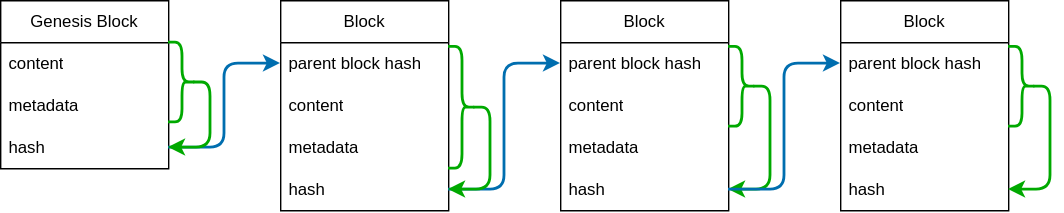
This is Documentation/Walytis/Meaning/LinearBlockChaining.drawio.svg from emendir/WalytisTechnologies, a draw.io export, as it was before one commit. Source tidied: cells renumbered, new cells last; positions are measured from the earlier drawing's top-left corner, leaving out a move shared by most shapes.
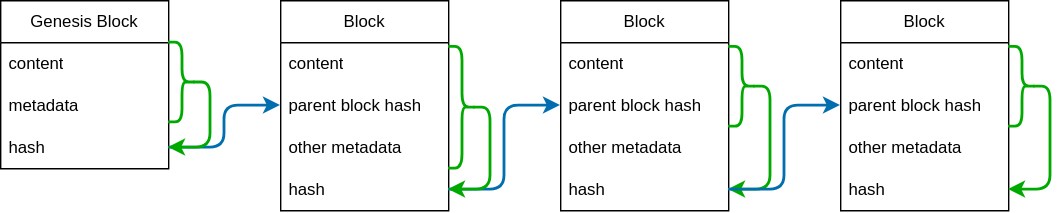
After the commit.

Change to the diagram source:
```diff
@@ -1,17 +1,17 @@
-<mxGraphModel>
+<mxGraphModel background="light-dark(#FFFFFF00,#12121200)">
   <root>
     <mxCell id="0" />
     <mxCell id="1" parent="0" />
     <mxCell id="2" value="Block" style="swimlane;fontStyle=0;horizontal=1;startSize=30;whiteSpace=wrap;html=1;" parent="1" vertex="1">
       <mxGeometry x="200" width="120" height="150" as="geometry" />
     </mxCell>
+    <mxCell id="4" value="content" style="text;strokeColor=none;fillColor=none;align=left;verticalAlign=middle;spacingLeft=4;spacingRight=4;overflow=hidden;whiteSpace=wrap;html=1;" parent="2" vertex="1">
+      <mxGeometry y="30" width="120" height="30" as="geometry" />
+    </mxCell>
     <mxCell id="3" value="parent block hash" style="text;strokeColor=none;fillColor=none;align=left;verticalAlign=middle;spacingLeft=4;spacingRight=4;overflow=hidden;points=[[0,0.5],[1,0.5]];portConstraint=eastwest;whiteSpace=wrap;html=1;" parent="2" vertex="1">
-      <mxGeometry y="30" width="120" height="30" as="geometry" />
+      <mxGeometry y="60" width="120" height="30" as="geometry" />
     </mxCell>
-    <mxCell id="4" value="content" style="text;strokeColor=none;fillColor=none;align=left;verticalAlign=middle;spacingLeft=4;spacingRight=4;overflow=hidden;whiteSpace=wrap;html=1;" parent="2" vertex="1">
-      <mxGeometry y="60" width="120" height="30" as="geometry" />
-    </mxCell>
-    <mxCell id="5" value="metadata" style="text;strokeColor=none;fillColor=none;align=left;verticalAlign=middle;spacingLeft=4;spacingRight=4;overflow=hidden;whiteSpace=wrap;html=1;" parent="2" vertex="1">
+    <mxCell id="5" value="other metadata" style="text;strokeColor=none;fillColor=none;align=left;verticalAlign=middle;spacingLeft=4;spacingRight=4;overflow=hidden;whiteSpace=wrap;html=1;" parent="2" vertex="1">
       <mxGeometry y="90" width="120" height="30" as="geometry" />
     </mxCell>
     <mxCell id="6" value="hash" style="text;strokeColor=none;fillColor=none;align=left;verticalAlign=middle;spacingLeft=4;spacingRight=4;overflow=hidden;points=[[0,0.5],[1,0.5]];portConstraint=eastwest;whiteSpace=wrap;html=1;" parent="2" vertex="1">
@@ -44,13 +44,13 @@
     <mxCell id="15" value="Block" style="swimlane;fontStyle=0;horizontal=1;startSize=30;whiteSpace=wrap;html=1;" parent="1" vertex="1">
       <mxGeometry x="400" width="120" height="150" as="geometry" />
     </mxCell>
+    <mxCell id="17" value="content" style="text;strokeColor=none;fillColor=none;align=left;verticalAlign=middle;spacingLeft=4;spacingRight=4;overflow=hidden;whiteSpace=wrap;html=1;" parent="15" vertex="1">
+      <mxGeometry y="30" width="120" height="30" as="geometry" />
+    </mxCell>
     <mxCell id="16" value="parent block hash" style="text;strokeColor=none;fillColor=none;align=left;verticalAlign=middle;spacingLeft=4;spacingRight=4;overflow=hidden;points=[[0,0.5],[1,0.5]];portConstraint=eastwest;whiteSpace=wrap;html=1;" parent="15" vertex="1">
-      <mxGeometry y="30" width="120" height="30" as="geometry" />
+      <mxGeometry y="60" width="120" height="30" as="geometry" />
     </mxCell>
-    <mxCell id="17" value="content" style="text;strokeColor=none;fillColor=none;align=left;verticalAlign=middle;spacingLeft=4;spacingRight=4;overflow=hidden;whiteSpace=wrap;html=1;" parent="15" vertex="1">
-      <mxGeometry y="60" width="120" height="30" as="geometry" />
-    </mxCell>
-    <mxCell id="18" value="metadata" style="text;strokeColor=none;fillColor=none;align=left;verticalAlign=middle;spacingLeft=4;spacingRight=4;overflow=hidden;whiteSpace=wrap;html=1;" parent="15" vertex="1">
+    <mxCell id="18" value="other metadata" style="text;strokeColor=none;fillColor=none;align=left;verticalAlign=middle;spacingLeft=4;spacingRight=4;overflow=hidden;whiteSpace=wrap;html=1;" parent="15" vertex="1">
       <mxGeometry y="90" width="120" height="30" as="geometry" />
     </mxCell>
     <mxCell id="19" value="hash" style="text;strokeColor=none;fillColor=none;align=left;verticalAlign=middle;spacingLeft=4;spacingRight=4;overflow=hidden;points=[[0,0.5],[1,0.5]];portConstraint=eastwest;whiteSpace=wrap;html=1;" parent="15" vertex="1">
@@ -89,13 +89,13 @@
     <mxCell id="25" value="Block" style="swimlane;fontStyle=0;horizontal=1;startSize=30;whiteSpace=wrap;html=1;" parent="1" vertex="1">
       <mxGeometry x="600" width="120" height="150" as="geometry" />
     </mxCell>
+    <mxCell id="27" value="content" style="text;strokeColor=none;fillColor=none;align=left;verticalAlign=middle;spacingLeft=4;spacingRight=4;overflow=hidden;whiteSpace=wrap;html=1;" parent="25" vertex="1">
+      <mxGeometry y="30" width="120" height="30" as="geometry" />
+    </mxCell>
     <mxCell id="26" value="parent block hash" style="text;strokeColor=none;fillColor=none;align=left;verticalAlign=middle;spacingLeft=4;spacingRight=4;overflow=hidden;points=[[0,0.5],[1,0.5]];portConstraint=eastwest;whiteSpace=wrap;html=1;" parent="25" vertex="1">
-      <mxGeometry y="30" width="120" height="30" as="geometry" />
+      <mxGeometry y="60" width="120" height="30" as="geometry" />
     </mxCell>
-    <mxCell id="27" value="content" style="text;strokeColor=none;fillColor=none;align=left;verticalAlign=middle;spacingLeft=4;spacingRight=4;overflow=hidden;whiteSpace=wrap;html=1;" parent="25" vertex="1">
-      <mxGeometry y="60" width="120" height="30" as="geometry" />
-    </mxCell>
-    <mxCell id="28" value="metadata" style="text;strokeColor=none;fillColor=none;align=left;verticalAlign=middle;spacingLeft=4;spacingRight=4;overflow=hidden;whiteSpace=wrap;html=1;" parent="25" vertex="1">
+    <mxCell id="28" value="other metadata" style="text;strokeColor=none;fillColor=none;align=left;verticalAlign=middle;spacingLeft=4;spacingRight=4;overflow=hidden;whiteSpace=wrap;html=1;" parent="25" vertex="1">
       <mxGeometry y="90" width="120" height="30" as="geometry" />
     </mxCell>
     <mxCell id="29" value="hash" style="text;strokeColor=none;fillColor=none;align=left;verticalAlign=middle;spacingLeft=4;spacingRight=4;overflow=hidden;points=[[0,0.5],[1,0.5]];portConstraint=eastwest;whiteSpace=wrap;html=1;" parent="25" vertex="1">
```
